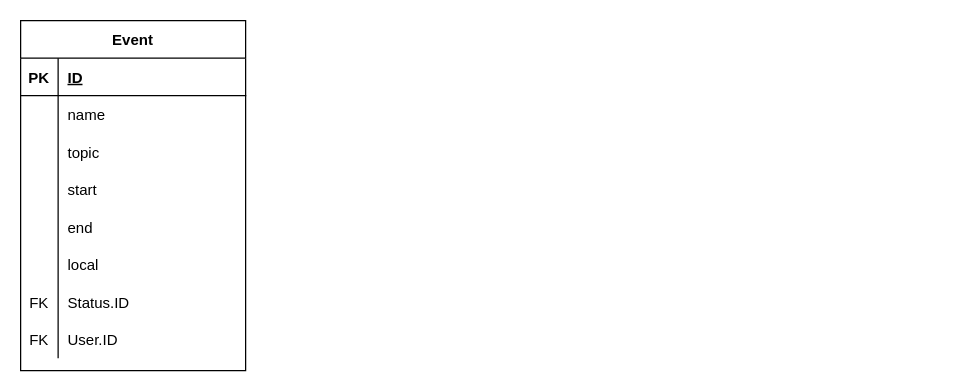
Above: Calendar_database_plan.drawio in KerteszZoltan/szakdoga (draw.io), before the change. Source tidied: cells renumbered, new cells numbered last; positions are measured from the earlier drawing's top-left corner, leaving out a move shared by most shapes. Both pictures are drawn from the tidied source at 125%, with x=0, y=0 at pixel (20, 20).
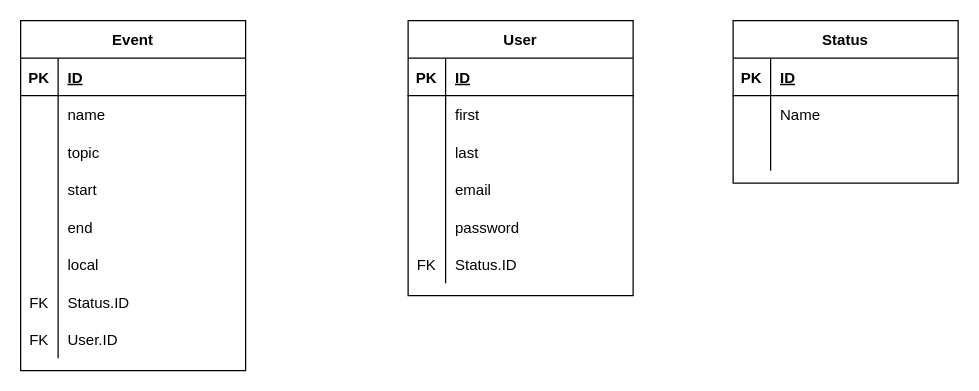
The same page after the edit.

Commit message:
user and status table create

Change to the diagram source:
```diff
@@
+    <mxCell id="27" value="User" style="shape=table;startSize=30;childLayout=tableLayout;rowLines=0;fontStyle=1;align=center;" parent="1" vertex="1">
+      <mxGeometry x="310" width="180" height="220" as="geometry" />
+    </mxCell>
+    <mxCell id="28" style="shape=partialRectangle;fillColor=none;top=0;left=0;bottom=1;right=0;" parent="27" vertex="1">
+      <mxGeometry y="30" width="180" height="30" as="geometry" />
+    </mxCell>
+    <mxCell id="29" value="PK" style="shape=partialRectangle;fillColor=none;top=0;left=0;bottom=0;right=0;fontStyle=1;overflow=hidden;" parent="28" vertex="1">
+      <mxGeometry width="30" height="30" as="geometry" />
+    </mxCell>
+    <mxCell id="30" value="ID" style="shape=partialRectangle;fillColor=none;top=0;left=0;bottom=0;right=0;align=left;spacingLeft=6;fontStyle=5;overflow=hidden;" parent="28" vertex="1">
+      <mxGeometry x="30" width="150" height="30" as="geometry" />
+    </mxCell>
+    <mxCell id="31" style="shape=partialRectangle;fillColor=none;top=0;left=0;bottom=0;right=0;" parent="27" vertex="1">
+      <mxGeometry y="60" width="180" height="30" as="geometry" />
+    </mxCell>
+    <mxCell id="32" style="shape=partialRectangle;fillColor=none;top=0;left=0;bottom=0;right=0;overflow=hidden;" parent="31" vertex="1">
+      <mxGeometry width="30" height="30" as="geometry" />
+    </mxCell>
+    <mxCell id="33" value="first" style="shape=partialRectangle;fillColor=none;top=0;left=0;bottom=0;right=0;align=left;spacingLeft=6;overflow=hidden;" parent="31" vertex="1">
+      <mxGeometry x="30" width="150" height="30" as="geometry" />
+    </mxCell>
+    <mxCell id="34" style="shape=partialRectangle;fillColor=none;top=0;left=0;bottom=0;right=0;" parent="27" vertex="1">
+      <mxGeometry y="90" width="180" height="30" as="geometry" />
+    </mxCell>
+    <mxCell id="35" style="shape=partialRectangle;fillColor=none;top=0;left=0;bottom=0;right=0;overflow=hidden;" parent="34" vertex="1">
+      <mxGeometry width="30" height="30" as="geometry" />
+    </mxCell>
+    <mxCell id="36" value="last" style="shape=partialRectangle;fillColor=none;top=0;left=0;bottom=0;right=0;align=left;spacingLeft=6;overflow=hidden;" parent="34" vertex="1">
+      <mxGeometry x="30" width="150" height="30" as="geometry" />
+    </mxCell>
+    <mxCell id="37" style="shape=partialRectangle;fillColor=none;top=0;left=0;bottom=0;right=0;" parent="27" vertex="1">
+      <mxGeometry y="120" width="180" height="30" as="geometry" />
+    </mxCell>
+    <mxCell id="38" style="shape=partialRectangle;fillColor=none;top=0;left=0;bottom=0;right=0;overflow=hidden;" parent="37" vertex="1">
+      <mxGeometry width="30" height="30" as="geometry" />
+    </mxCell>
+    <mxCell id="39" value="email" style="shape=partialRectangle;fillColor=none;top=0;left=0;bottom=0;right=0;align=left;spacingLeft=6;overflow=hidden;" parent="37" vertex="1">
+      <mxGeometry x="30" width="150" height="30" as="geometry" />
+    </mxCell>
+    <mxCell id="40" style="shape=partialRectangle;fillColor=none;top=0;left=0;bottom=0;right=0;" parent="27" vertex="1">
+      <mxGeometry y="150" width="180" height="30" as="geometry" />
+    </mxCell>
+    <mxCell id="41" style="shape=partialRectangle;fillColor=none;top=0;left=0;bottom=0;right=0;overflow=hidden;" parent="40" vertex="1">
+      <mxGeometry width="30" height="30" as="geometry" />
+    </mxCell>
+    <mxCell id="42" value="password" style="shape=partialRectangle;fillColor=none;top=0;left=0;bottom=0;right=0;align=left;spacingLeft=6;overflow=hidden;" parent="40" vertex="1">
+      <mxGeometry x="30" width="150" height="30" as="geometry" />
+    </mxCell>
+    <mxCell id="43" style="shape=partialRectangle;fillColor=none;top=0;left=0;bottom=0;right=0;" parent="27" vertex="1">
+      <mxGeometry y="180" width="180" height="30" as="geometry" />
+    </mxCell>
+    <mxCell id="44" value="FK" style="shape=partialRectangle;fillColor=none;top=0;left=0;bottom=0;right=0;overflow=hidden;" parent="43" vertex="1">
+      <mxGeometry width="30" height="30" as="geometry" />
+    </mxCell>
+    <mxCell id="45" value="Status.ID" style="shape=partialRectangle;fillColor=none;top=0;left=0;bottom=0;right=0;align=left;spacingLeft=6;overflow=hidden;" parent="43" vertex="1">
+      <mxGeometry x="30" width="150" height="30" as="geometry" />
+    </mxCell>
+    <mxCell id="46" value="Status" style="shape=table;startSize=30;childLayout=tableLayout;rowLines=0;fontStyle=1;align=center;" parent="1" vertex="1">
+      <mxGeometry x="570" width="180" height="130" as="geometry" />
+    </mxCell>
+    <mxCell id="47" style="shape=partialRectangle;fillColor=none;top=0;left=0;bottom=1;right=0;" parent="46" vertex="1">
+      <mxGeometry y="30" width="180" height="30" as="geometry" />
+    </mxCell>
+    <mxCell id="48" value="PK" style="shape=partialRectangle;fillColor=none;top=0;left=0;bottom=0;right=0;fontStyle=1;overflow=hidden;" parent="47" vertex="1">
+      <mxGeometry width="30" height="30" as="geometry" />
+    </mxCell>
+    <mxCell id="49" value="ID" style="shape=partialRectangle;fillColor=none;top=0;left=0;bottom=0;right=0;align=left;spacingLeft=6;fontStyle=5;overflow=hidden;" parent="47" vertex="1">
+      <mxGeometry x="30" width="150" height="30" as="geometry" />
+    </mxCell>
+    <mxCell id="50" style="shape=partialRectangle;fillColor=none;top=0;left=0;bottom=0;right=0;" parent="46" vertex="1">
+      <mxGeometry y="60" width="180" height="30" as="geometry" />
+    </mxCell>
+    <mxCell id="51" style="shape=partialRectangle;fillColor=none;top=0;left=0;bottom=0;right=0;overflow=hidden;" parent="50" vertex="1">
+      <mxGeometry width="30" height="30" as="geometry" />
+    </mxCell>
+    <mxCell id="52" value="Name" style="shape=partialRectangle;fillColor=none;top=0;left=0;bottom=0;right=0;align=left;spacingLeft=6;overflow=hidden;" parent="50" vertex="1">
+      <mxGeometry x="30" width="150" height="30" as="geometry" />
+    </mxCell>
+    <mxCell id="53" style="shape=partialRectangle;fillColor=none;top=0;left=0;bottom=0;right=0;" parent="46" vertex="1">
+      <mxGeometry y="90" width="180" height="30" as="geometry" />
+    </mxCell>
+    <mxCell id="54" style="shape=partialRectangle;fillColor=none;top=0;left=0;bottom=0;right=0;overflow=hidden;" parent="53" vertex="1">
+      <mxGeometry width="30" height="30" as="geometry" />
+    </mxCell>
+    <mxCell id="55" style="shape=partialRectangle;fillColor=none;top=0;left=0;bottom=0;right=0;align=left;spacingLeft=6;overflow=hidden;" parent="53" vertex="1">
+      <mxGeometry x="30" width="150" height="30" as="geometry" />
+    </mxCell>
```
